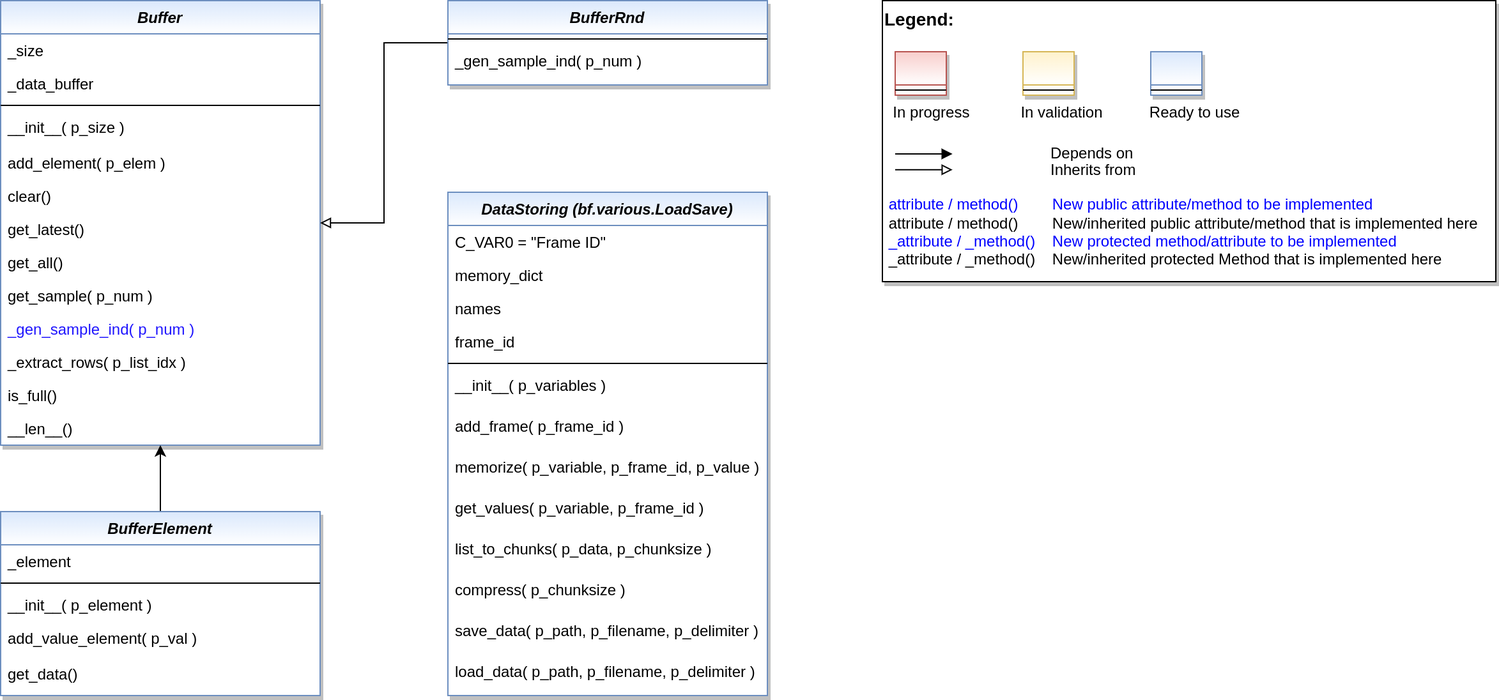
Above: doc/rtd/content/04_appendices/appendix2/sub/core/mlpro_bf/layer0_elementary/images/MLPro-BF-Data_class_diagram.drawio.png in fhswf/MLPro (draw.io), before the change. Source tidied: cells renumbered, new cells last; positions are measured from the earlier drawing's top-left corner, leaving out a move shared by most shapes. Source of this version:
```xml
<mxGraphModel>
  <root>
    <mxCell id="0" />
    <mxCell id="1" parent="0" />
    <mxCell id="2" value="DataStoring (bf.various.LoadSave)" style="swimlane;fontStyle=3;align=center;verticalAlign=top;horizontal=1;startSize=26;rounded=0;shadow=1;strokeWidth=1;fillColor=#dae8fc;strokeColor=#6c8ebf;swimlaneFillColor=#ffffff;gradientColor=#ffffff;" parent="1" vertex="1">
      <mxGeometry x="350" y="150" width="250" height="394" as="geometry" />
    </mxCell>
    <mxCell id="3" value="C_VAR0 = &quot;Frame ID&quot;" style="text;align=left;verticalAlign=top;spacingLeft=4;spacingRight=4;overflow=hidden;" parent="2" vertex="1">
      <mxGeometry y="26" width="250" height="26" as="geometry" />
    </mxCell>
    <mxCell id="4" value="memory_dict" style="text;align=left;verticalAlign=top;spacingLeft=4;spacingRight=4;overflow=hidden;" parent="2" vertex="1">
      <mxGeometry y="52" width="250" height="26" as="geometry" />
    </mxCell>
    <mxCell id="5" value="names" style="text;align=left;verticalAlign=top;spacingLeft=4;spacingRight=4;overflow=hidden;" parent="2" vertex="1">
      <mxGeometry y="78" width="250" height="26" as="geometry" />
    </mxCell>
    <mxCell id="6" value="frame_id" style="text;align=left;verticalAlign=top;spacingLeft=4;spacingRight=4;overflow=hidden;" parent="2" vertex="1">
      <mxGeometry y="104" width="250" height="26" as="geometry" />
    </mxCell>
    <mxCell id="7" style="line;html=1;strokeWidth=1;align=left;verticalAlign=middle;spacingTop=-1;spacingLeft=3;spacingRight=3;labelPosition=right;" parent="2" vertex="1">
      <mxGeometry y="130" width="250" height="8" as="geometry" />
    </mxCell>
    <mxCell id="8" value="__init__( p_variables )" style="text;align=left;verticalAlign=top;spacingLeft=4;spacingRight=4;overflow=hidden;fontColor=default;" parent="2" vertex="1">
      <mxGeometry y="138" width="250" height="32" as="geometry" />
    </mxCell>
    <mxCell id="9" value="add_frame( p_frame_id )" style="text;align=left;verticalAlign=top;spacingLeft=4;spacingRight=4;overflow=hidden;fontColor=default;" parent="2" vertex="1">
      <mxGeometry y="170" width="250" height="32" as="geometry" />
    </mxCell>
    <mxCell id="10" value="memorize( p_variable, p_frame_id, p_value )" style="text;align=left;verticalAlign=top;spacingLeft=4;spacingRight=4;overflow=hidden;fontColor=default;" parent="2" vertex="1">
      <mxGeometry y="202" width="250" height="32" as="geometry" />
    </mxCell>
    <mxCell id="11" value="get_values( p_variable, p_frame_id )" style="text;align=left;verticalAlign=top;spacingLeft=4;spacingRight=4;overflow=hidden;fontColor=default;" parent="2" vertex="1">
      <mxGeometry y="234" width="250" height="32" as="geometry" />
    </mxCell>
    <mxCell id="12" value="list_to_chunks( p_data, p_chunksize )" style="text;align=left;verticalAlign=top;spacingLeft=4;spacingRight=4;overflow=hidden;fontColor=default;" parent="2" vertex="1">
      <mxGeometry y="266" width="250" height="32" as="geometry" />
    </mxCell>
    <mxCell id="13" value="compress( p_chunksize )" style="text;align=left;verticalAlign=top;spacingLeft=4;spacingRight=4;overflow=hidden;fontColor=default;" parent="2" vertex="1">
      <mxGeometry y="298" width="250" height="32" as="geometry" />
    </mxCell>
    <mxCell id="14" value="save_data( p_path, p_filename, p_delimiter )" style="text;align=left;verticalAlign=top;spacingLeft=4;spacingRight=4;overflow=hidden;fontColor=default;" parent="2" vertex="1">
      <mxGeometry y="330" width="250" height="32" as="geometry" />
    </mxCell>
    <mxCell id="15" value="load_data( p_path, p_filename, p_delimiter )" style="text;align=left;verticalAlign=top;spacingLeft=4;spacingRight=4;overflow=hidden;fontColor=default;" parent="2" vertex="1">
      <mxGeometry y="362" width="250" height="32" as="geometry" />
    </mxCell>
    <mxCell id="16" value="Buffer" style="swimlane;fontStyle=3;align=center;verticalAlign=top;horizontal=1;startSize=26;rounded=0;shadow=1;strokeWidth=1;fillColor=#dae8fc;strokeColor=#6c8ebf;glass=0;swimlaneFillColor=#ffffff;gradientColor=#ffffff;" parent="1" vertex="1">
      <mxGeometry width="250" height="348" as="geometry" />
    </mxCell>
    <mxCell id="17" value="_size" style="text;align=left;verticalAlign=top;spacingLeft=4;spacingRight=4;overflow=hidden;" parent="16" vertex="1">
      <mxGeometry y="26" width="250" height="26" as="geometry" />
    </mxCell>
    <mxCell id="18" value="_data_buffer" style="text;align=left;verticalAlign=top;spacingLeft=4;spacingRight=4;overflow=hidden;" parent="16" vertex="1">
      <mxGeometry y="52" width="250" height="26" as="geometry" />
    </mxCell>
    <mxCell id="19" style="line;html=1;strokeWidth=1;align=left;verticalAlign=middle;spacingTop=-1;spacingLeft=3;spacingRight=3;labelPosition=right;" parent="16" vertex="1">
      <mxGeometry y="78" width="250" height="8" as="geometry" />
    </mxCell>
    <mxCell id="20" value="__init__( p_size )" style="text;align=left;verticalAlign=top;spacingLeft=4;spacingRight=4;overflow=hidden;" parent="16" vertex="1">
      <mxGeometry y="86" width="250" height="28" as="geometry" />
    </mxCell>
    <mxCell id="21" value="add_element( p_elem )" style="text;align=left;verticalAlign=top;spacingLeft=4;spacingRight=4;overflow=hidden;fontColor=default;" parent="16" vertex="1">
      <mxGeometry y="114" width="250" height="26" as="geometry" />
    </mxCell>
    <mxCell id="22" value="clear()" style="text;align=left;verticalAlign=top;spacingLeft=4;spacingRight=4;overflow=hidden;fontColor=default;" parent="16" vertex="1">
      <mxGeometry y="140" width="250" height="26" as="geometry" />
    </mxCell>
    <mxCell id="23" value="get_latest()" style="text;align=left;verticalAlign=top;spacingLeft=4;spacingRight=4;overflow=hidden;fontColor=default;" parent="16" vertex="1">
      <mxGeometry y="166" width="250" height="26" as="geometry" />
    </mxCell>
    <mxCell id="24" value="get_all()" style="text;align=left;verticalAlign=top;spacingLeft=4;spacingRight=4;overflow=hidden;fontColor=default;" parent="16" vertex="1">
      <mxGeometry y="192" width="250" height="26" as="geometry" />
    </mxCell>
    <mxCell id="25" value="get_sample( p_num )" style="text;align=left;verticalAlign=top;spacingLeft=4;spacingRight=4;overflow=hidden;fontColor=default;" parent="16" vertex="1">
      <mxGeometry y="218" width="250" height="26" as="geometry" />
    </mxCell>
    <mxCell id="26" value="_gen_sample_ind( p_num )" style="text;align=left;verticalAlign=top;spacingLeft=4;spacingRight=4;overflow=hidden;fontColor=#2016fe;" parent="16" vertex="1">
      <mxGeometry y="244" width="250" height="26" as="geometry" />
    </mxCell>
    <mxCell id="27" value="_extract_rows( p_list_idx )" style="text;align=left;verticalAlign=top;spacingLeft=4;spacingRight=4;overflow=hidden;fontColor=default;" parent="16" vertex="1">
      <mxGeometry y="270" width="250" height="26" as="geometry" />
    </mxCell>
    <mxCell id="28" value="is_full()" style="text;align=left;verticalAlign=top;spacingLeft=4;spacingRight=4;overflow=hidden;fontColor=default;" parent="16" vertex="1">
      <mxGeometry y="296" width="250" height="26" as="geometry" />
    </mxCell>
    <mxCell id="29" value="__len__()" style="text;align=left;verticalAlign=top;spacingLeft=4;spacingRight=4;overflow=hidden;fontColor=default;" parent="16" vertex="1">
      <mxGeometry y="322" width="250" height="26" as="geometry" />
    </mxCell>
    <mxCell id="30" style="group;" parent="1" vertex="1">
      <mxGeometry x="690" width="480" height="220" as="geometry" />
    </mxCell>
    <mxCell id="31" value="&lt;font color=&quot;#000000&quot; size=&quot;1&quot;&gt;&lt;b style=&quot;font-size: 14px&quot;&gt;Legend:&lt;br&gt;&lt;/b&gt;&lt;/font&gt;&lt;br&gt;&lt;br&gt;&lt;br&gt;&lt;font color=&quot;#0000ff&quot; style=&quot;font-size: 6px&quot;&gt;&lt;br&gt;&lt;/font&gt;&lt;span style=&quot;color: rgb(0 , 0 , 0)&quot;&gt;&lt;font style=&quot;font-size: 4px&quot;&gt;&amp;nbsp; &amp;nbsp;&lt;/font&gt;&amp;nbsp;In progress&amp;nbsp; &amp;nbsp; &amp;nbsp; &amp;nbsp; &amp;nbsp; &amp;nbsp; In validation&amp;nbsp; &amp;nbsp; &amp;nbsp; &amp;nbsp; &amp;nbsp; &amp;nbsp;Ready to use&lt;/span&gt;&lt;font color=&quot;#000000&quot;&gt;&amp;nbsp;&lt;br&gt;&lt;/font&gt;&lt;font color=&quot;#0000ff&quot;&gt;&lt;br&gt;&lt;br&gt;&lt;br&gt;&lt;br&gt;&amp;nbsp;attribute / method()&amp;nbsp; &amp;nbsp; &amp;nbsp; &amp;nbsp; New public attribute/method to be implemented&lt;/font&gt;&lt;br&gt;&lt;font color=&quot;#000000&quot;&gt;&amp;nbsp;&lt;/font&gt;&lt;font color=&quot;#000000&quot;&gt;attribute / method()&lt;span&gt;&#9;&lt;/span&gt;&amp;nbsp; &amp;nbsp; &amp;nbsp; &amp;nbsp;New/inherited public attribute/method that is implemented here&lt;br&gt;&lt;/font&gt;&lt;font color=&quot;#0000ff&quot;&gt;&amp;nbsp;_attribute /&amp;nbsp;&lt;/font&gt;&lt;font color=&quot;#0000ff&quot;&gt;_method()&amp;nbsp; &amp;nbsp; New protected method/attribute to be implemented&lt;/font&gt;&lt;br&gt;&lt;font color=&quot;#000000&quot;&gt;&amp;nbsp;_attribute / _method()&amp;nbsp; &amp;nbsp; New/inherited protected Method that is implemented here&lt;br&gt;&lt;/font&gt;&lt;font color=&quot;#000000&quot;&gt;&lt;br&gt;&lt;br&gt;&lt;br&gt;&lt;br&gt;&lt;br&gt;&lt;/font&gt;" style="text;html=1;align=left;verticalAlign=top;whiteSpace=wrap;rounded=0;fontColor=#006600;strokeColor=#000000;shadow=1;fillColor=#ffffff;" parent="30" vertex="1">
      <mxGeometry width="480" height="220" as="geometry" />
    </mxCell>
    <mxCell id="32" value="Depends on" style="endArrow=block;html=1;labelPosition=right;verticalLabelPosition=middle;align=left;verticalAlign=middle;endFill=1;fontSize=12;" parent="30" edge="1">
      <mxGeometry x="-1590" y="-2180" as="geometry">
        <mxPoint x="10" y="120" as="sourcePoint" />
        <mxPoint x="54.8" y="120" as="targetPoint" />
        <Array as="points">
          <mxPoint x="30" y="120" />
        </Array>
        <mxPoint x="98" as="offset" />
      </mxGeometry>
    </mxCell>
    <mxCell id="33" value="Inherits from" style="endArrow=block;html=1;labelPosition=right;verticalLabelPosition=middle;align=left;verticalAlign=middle;endFill=0;fontSize=12;" parent="30" edge="1">
      <mxGeometry x="-1590" y="-2180" as="geometry">
        <mxPoint x="10" y="132.4" as="sourcePoint" />
        <mxPoint x="54.8" y="132.4" as="targetPoint" />
        <mxPoint x="98" y="1" as="offset" />
      </mxGeometry>
    </mxCell>
    <mxCell id="34" style="swimlane;fontStyle=3;align=center;verticalAlign=top;horizontal=1;startSize=26;rounded=0;shadow=1;strokeWidth=1;fillColor=#f8cecc;strokeColor=#b85450;gradientColor=#ffffff;swimlaneFillColor=#ffffff;" parent="30" vertex="1">
      <mxGeometry x="10" y="40" width="40" height="34" as="geometry" />
    </mxCell>
    <mxCell id="35" style="line;html=1;strokeWidth=1;align=left;verticalAlign=middle;spacingTop=-1;spacingLeft=3;spacingRight=3;labelPosition=right;" parent="34" vertex="1">
      <mxGeometry y="26" width="40" height="8" as="geometry" />
    </mxCell>
    <mxCell id="36" style="swimlane;fontStyle=3;align=center;verticalAlign=top;horizontal=1;startSize=26;rounded=0;shadow=1;strokeWidth=1;fillColor=#fff2cc;strokeColor=#d6b656;gradientColor=#ffffff;swimlaneFillColor=#ffffff;" parent="30" vertex="1">
      <mxGeometry x="110" y="40" width="40" height="34" as="geometry" />
    </mxCell>
    <mxCell id="37" style="line;html=1;strokeWidth=1;align=left;verticalAlign=middle;spacingTop=-1;spacingLeft=3;spacingRight=3;labelPosition=right;" parent="36" vertex="1">
      <mxGeometry y="26" width="40" height="8" as="geometry" />
    </mxCell>
    <mxCell id="38" style="swimlane;fontStyle=3;align=center;verticalAlign=top;horizontal=1;startSize=26;rounded=0;shadow=1;strokeWidth=1;fillColor=#dae8fc;strokeColor=#6c8ebf;gradientColor=#ffffff;swimlaneFillColor=#ffffff;" parent="30" vertex="1">
      <mxGeometry x="210" y="40" width="40" height="34" as="geometry" />
    </mxCell>
    <mxCell id="39" style="line;html=1;strokeWidth=1;align=left;verticalAlign=middle;spacingTop=-1;spacingLeft=3;spacingRight=3;labelPosition=right;" parent="38" vertex="1">
      <mxGeometry y="26" width="40" height="8" as="geometry" />
    </mxCell>
    <mxCell id="40" style="edgeStyle=orthogonalEdgeStyle;rounded=0;jettySize=auto;html=1;" parent="1" edge="1" source="41" target="16">
      <mxGeometry relative="1" as="geometry" />
    </mxCell>
    <mxCell id="41" value="BufferElement" style="swimlane;fontStyle=3;align=center;verticalAlign=top;horizontal=1;startSize=26;rounded=0;shadow=1;strokeWidth=1;fillColor=#dae8fc;strokeColor=#6c8ebf;swimlaneFillColor=#ffffff;gradientColor=#ffffff;" parent="1" vertex="1">
      <mxGeometry y="400" width="250" height="144" as="geometry" />
    </mxCell>
    <mxCell id="42" value="_element" style="text;align=left;verticalAlign=top;spacingLeft=4;spacingRight=4;overflow=hidden;" parent="41" vertex="1">
      <mxGeometry y="26" width="250" height="26" as="geometry" />
    </mxCell>
    <mxCell id="43" style="line;html=1;strokeWidth=1;align=left;verticalAlign=middle;spacingTop=-1;spacingLeft=3;spacingRight=3;labelPosition=right;" parent="41" vertex="1">
      <mxGeometry y="52" width="250" height="8" as="geometry" />
    </mxCell>
    <mxCell id="44" value="__init__( p_element )" style="text;align=left;verticalAlign=top;spacingLeft=4;spacingRight=4;overflow=hidden;" parent="41" vertex="1">
      <mxGeometry y="60" width="250" height="26" as="geometry" />
    </mxCell>
    <mxCell id="45" value="add_value_element( p_val )" style="text;align=left;verticalAlign=top;spacingLeft=4;spacingRight=4;overflow=hidden;fontColor=default;" parent="41" vertex="1">
      <mxGeometry y="86" width="250" height="28" as="geometry" />
    </mxCell>
    <mxCell id="46" value="get_data()" style="text;align=left;verticalAlign=top;spacingLeft=4;spacingRight=4;overflow=hidden;fontColor=default;" parent="41" vertex="1">
      <mxGeometry y="114" width="250" height="30" as="geometry" />
    </mxCell>
    <mxCell id="47" style="edgeStyle=orthogonalEdgeStyle;rounded=0;jettySize=auto;html=1;endArrow=block;endFill=0;" parent="1" edge="1" source="48" target="16">
      <mxGeometry relative="1" as="geometry" />
    </mxCell>
    <mxCell id="48" value="BufferRnd" style="swimlane;fontStyle=3;align=center;verticalAlign=top;horizontal=1;startSize=26;rounded=0;shadow=1;strokeWidth=1;fillColor=#dae8fc;strokeColor=#6c8ebf;glass=0;swimlaneFillColor=#ffffff;gradientColor=#ffffff;" parent="1" vertex="1">
      <mxGeometry x="350" width="250" height="66" as="geometry" />
    </mxCell>
    <mxCell id="49" style="line;html=1;strokeWidth=1;align=left;verticalAlign=middle;spacingTop=-1;spacingLeft=3;spacingRight=3;labelPosition=right;" parent="48" vertex="1">
      <mxGeometry y="26" width="250" height="8" as="geometry" />
    </mxCell>
    <mxCell id="50" value="_gen_sample_ind( p_num )" style="text;align=left;verticalAlign=top;spacingLeft=4;spacingRight=4;overflow=hidden;fontColor=default;" parent="48" vertex="1">
      <mxGeometry y="34" width="250" height="26" as="geometry" />
    </mxCell>
  </root>
</mxGraphModel>
```
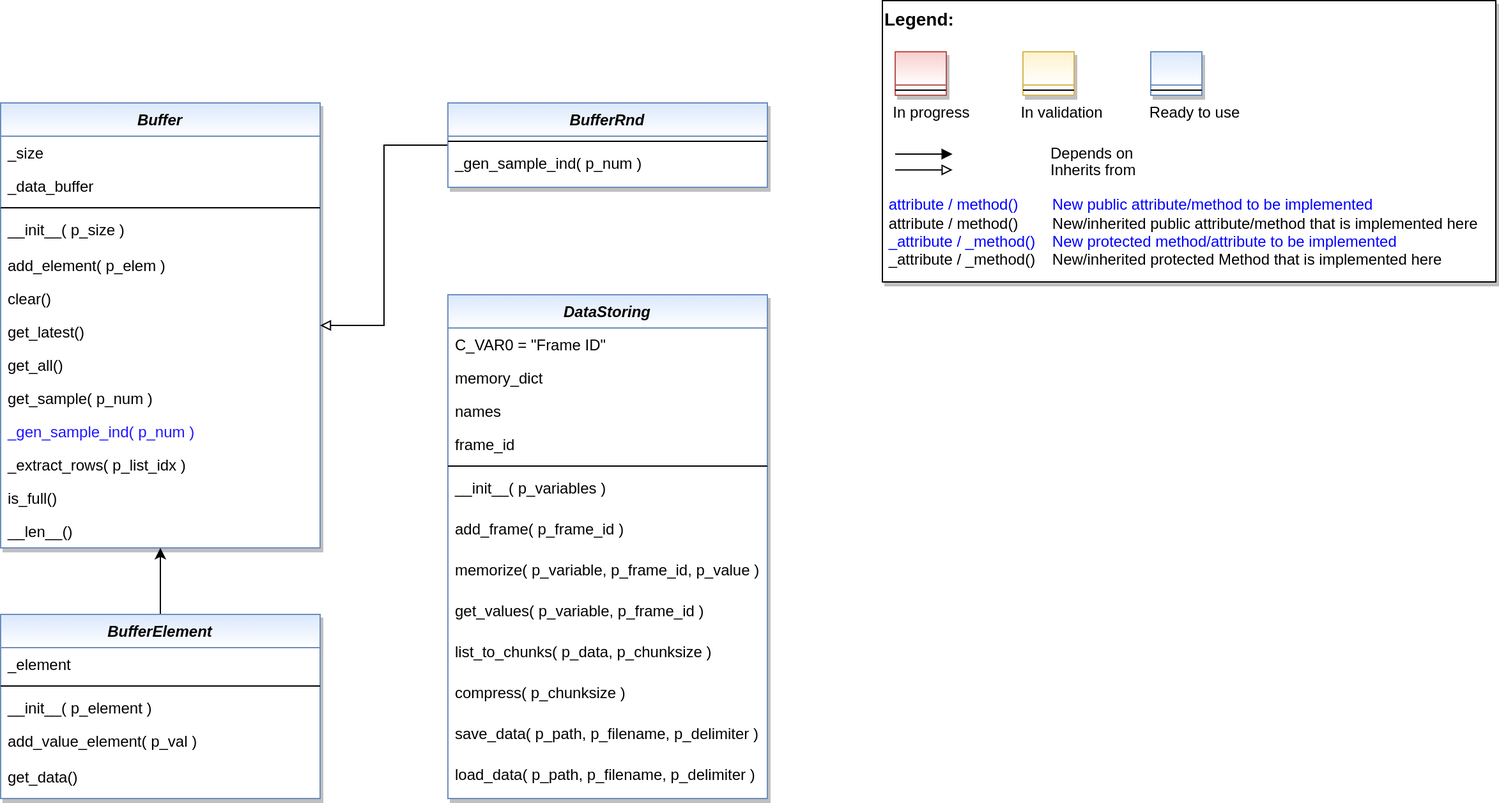
After the change.

Diff of the diagram source:
```diff
@@ -2,7 +2,7 @@
   <root>
     <mxCell id="0" />
     <mxCell id="1" parent="0" />
-    <mxCell id="2" value="DataStoring (bf.various.LoadSave)" style="swimlane;fontStyle=3;align=center;verticalAlign=top;horizontal=1;startSize=26;rounded=0;shadow=1;strokeWidth=1;fillColor=#dae8fc;strokeColor=#6c8ebf;swimlaneFillColor=#ffffff;gradientColor=#ffffff;" parent="1" vertex="1">
+    <mxCell id="2" value="DataStoring" style="swimlane;fontStyle=3;align=center;verticalAlign=top;horizontal=1;startSize=26;rounded=0;shadow=1;strokeWidth=1;fillColor=#dae8fc;strokeColor=#6c8ebf;swimlaneFillColor=#ffffff;gradientColor=#ffffff;" parent="1" vertex="1">
       <mxGeometry x="350" y="150" width="250" height="394" as="geometry" />
     </mxCell>
     <mxCell id="3" value="C_VAR0 = &quot;Frame ID&quot;" style="text;align=left;verticalAlign=top;spacingLeft=4;spacingRight=4;overflow=hidden;" parent="2" vertex="1">
@@ -87,7 +87,7 @@
       <mxGeometry y="322" width="250" height="26" as="geometry" />
     </mxCell>
     <mxCell id="30" style="group;" parent="1" vertex="1">
-      <mxGeometry x="690" width="480" height="220" as="geometry" />
+      <mxGeometry x="690" y="-80" width="480" height="220" as="geometry" />
     </mxCell>
     <mxCell id="31" value="&lt;font color=&quot;#000000&quot; size=&quot;1&quot;&gt;&lt;b style=&quot;font-size: 14px&quot;&gt;Legend:&lt;br&gt;&lt;/b&gt;&lt;/font&gt;&lt;br&gt;&lt;br&gt;&lt;br&gt;&lt;font color=&quot;#0000ff&quot; style=&quot;font-size: 6px&quot;&gt;&lt;br&gt;&lt;/font&gt;&lt;span style=&quot;color: rgb(0 , 0 , 0)&quot;&gt;&lt;font style=&quot;font-size: 4px&quot;&gt;&amp;nbsp; &amp;nbsp;&lt;/font&gt;&amp;nbsp;In progress&amp;nbsp; &amp;nbsp; &amp;nbsp; &amp;nbsp; &amp;nbsp; &amp;nbsp; In validation&amp;nbsp; &amp;nbsp; &amp;nbsp; &amp;nbsp; &amp;nbsp; &amp;nbsp;Ready to use&lt;/span&gt;&lt;font color=&quot;#000000&quot;&gt;&amp;nbsp;&lt;br&gt;&lt;/font&gt;&lt;font color=&quot;#0000ff&quot;&gt;&lt;br&gt;&lt;br&gt;&lt;br&gt;&lt;br&gt;&amp;nbsp;attribute / method()&amp;nbsp; &amp;nbsp; &amp;nbsp; &amp;nbsp; New public attribute/method to be implemented&lt;/font&gt;&lt;br&gt;&lt;font color=&quot;#000000&quot;&gt;&amp;nbsp;&lt;/font&gt;&lt;font color=&quot;#000000&quot;&gt;attribute / method()&lt;span&gt;&#9;&lt;/span&gt;&amp;nbsp; &amp;nbsp; &amp;nbsp; &amp;nbsp;New/inherited public attribute/method that is implemented here&lt;br&gt;&lt;/font&gt;&lt;font color=&quot;#0000ff&quot;&gt;&amp;nbsp;_attribute /&amp;nbsp;&lt;/font&gt;&lt;font color=&quot;#0000ff&quot;&gt;_method()&amp;nbsp; &amp;nbsp; New protected method/attribute to be implemented&lt;/font&gt;&lt;br&gt;&lt;font color=&quot;#000000&quot;&gt;&amp;nbsp;_attribute / _method()&amp;nbsp; &amp;nbsp; New/inherited protected Method that is implemented here&lt;br&gt;&lt;/font&gt;&lt;font color=&quot;#000000&quot;&gt;&lt;br&gt;&lt;br&gt;&lt;br&gt;&lt;br&gt;&lt;br&gt;&lt;/font&gt;" style="text;html=1;align=left;verticalAlign=top;whiteSpace=wrap;rounded=0;fontColor=#006600;strokeColor=#000000;shadow=1;fillColor=#ffffff;" parent="30" vertex="1">
       <mxGeometry width="480" height="220" as="geometry" />
```
